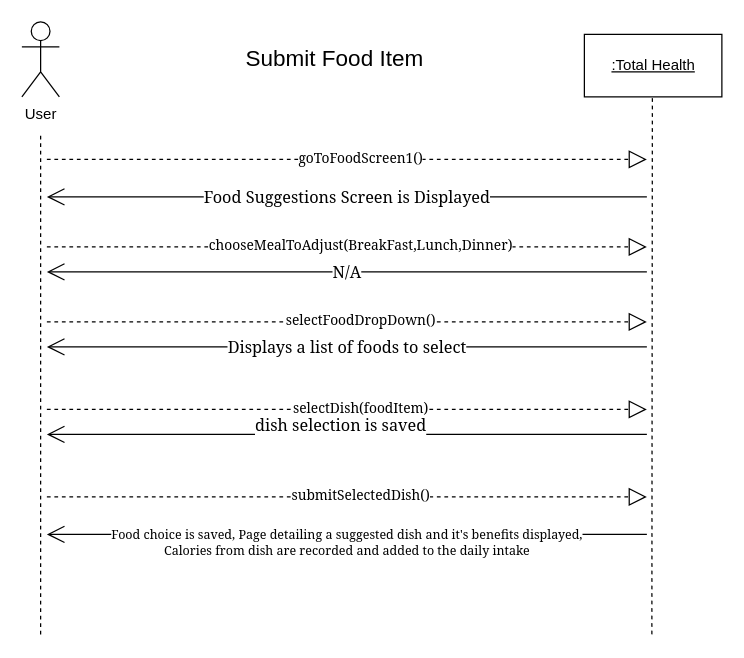
Above: SSD - Submit Food Item.drawio in Esaied19/Team-Albatross (draw.io), before the change. Source tidied: cells renumbered, new cells numbered last; positions are measured from the earlier drawing's top-left corner, leaving out a move shared by most shapes. Both pictures are drawn from the tidied source at 125%, with x=0, y=0 at pixel (21, 21).
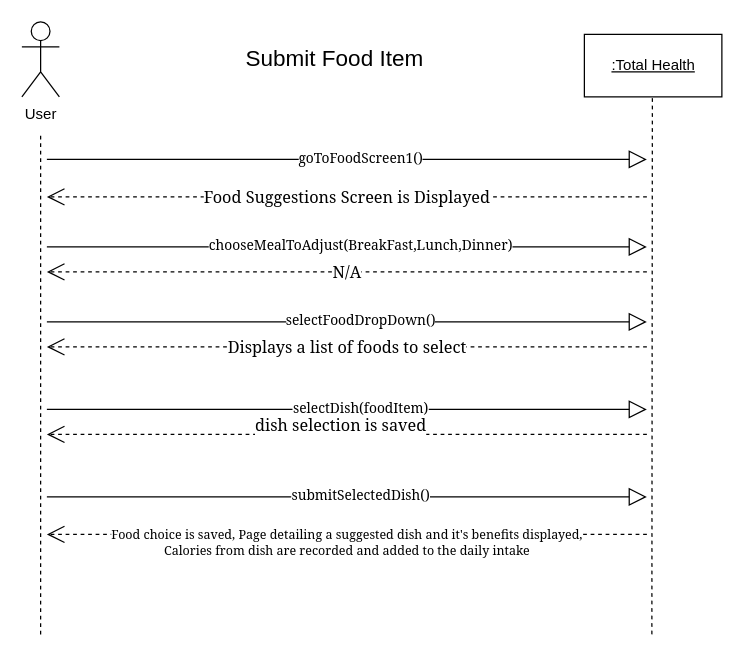
Above is the later version.

The edit, as a diff of the source:
```diff
@@
-    <mxCell id="6" value="&lt;font face=&quot;Georgia&quot;&gt;&lt;br&gt;&lt;span style=&quot;font-size: 13px ; color: rgb(0 , 0 , 0) ; font-weight: normal ; text-decoration: none ; font-style: normal&quot;&gt;Food Suggestions Screen is Displayed&lt;/span&gt;&lt;br&gt;&lt;br&gt;&lt;/font&gt;" style="endArrow=open;endFill=1;endSize=12;html=1;rounded=0;" parent="1" edge="1">
+    <mxCell id="6" value="&lt;font face=&quot;Georgia&quot;&gt;&lt;br&gt;&lt;span style=&quot;font-size: 13px ; color: rgb(0 , 0 , 0) ; font-weight: normal ; text-decoration: none ; font-style: normal&quot;&gt;Food Suggestions Screen is Displayed&lt;/span&gt;&lt;br&gt;&lt;br&gt;&lt;/font&gt;" style="endArrow=open;endFill=1;endSize=12;html=1;rounded=0;dashed=1;" parent="1" edge="1">
       <mxGeometry relative="1" as="geometry">
         <mxPoint x="500" y="140" as="sourcePoint" />
         <mxPoint x="20" y="140" as="targetPoint" />
       </mxGeometry>
     </mxCell>
-    <mxCell id="7" style="endArrow=block;dashed=1;endFill=0;endSize=12;html=1;rounded=0;" parent="1" edge="1">
+    <mxCell id="7" style="endArrow=block;endFill=0;endSize=12;html=1;rounded=0;" parent="1" edge="1">
       <mxGeometry relative="1" as="geometry">
         <mxPoint x="20" y="110" as="sourcePoint" />
         <mxPoint x="500" y="110" as="targetPoint" />
       </mxGeometry>
     </mxCell>
@@
-    <mxCell id="9" style="endArrow=block;dashed=1;endFill=0;endSize=12;html=1;rounded=0;" parent="1" edge="1">
+    <mxCell id="9" style="endArrow=block;endFill=0;endSize=12;html=1;rounded=0;" parent="1" edge="1">
       <mxGeometry relative="1" as="geometry">
         <mxPoint x="20" y="240" as="sourcePoint" />
         <mxPoint x="500" y="240" as="targetPoint" />
       </mxGeometry>
     </mxCell>
@@
-    <mxCell id="11" value="&lt;font face=&quot;Georgia&quot;&gt;&lt;span style=&quot;font-size: 13px ; color: rgb(0 , 0 , 0) ; font-weight: normal ; text-decoration: none ; font-style: normal&quot;&gt;Displays a list of foods to select&lt;/span&gt;&lt;/font&gt;" style="endArrow=open;endFill=1;endSize=12;html=1;rounded=0;" parent="1" edge="1">
+    <mxCell id="11" value="&lt;font face=&quot;Georgia&quot;&gt;&lt;span style=&quot;font-size: 13px ; color: rgb(0 , 0 , 0) ; font-weight: normal ; text-decoration: none ; font-style: normal&quot;&gt;Displays a list of foods to select&lt;/span&gt;&lt;/font&gt;" style="endArrow=open;endFill=1;endSize=12;html=1;rounded=0;dashed=1;" parent="1" edge="1">
       <mxGeometry relative="1" as="geometry">
         <mxPoint x="500" y="260" as="sourcePoint" />
         <mxPoint x="20" y="260" as="targetPoint" />
       </mxGeometry>
     </mxCell>
-    <mxCell id="12" value="&lt;font face=&quot;Georgia&quot;&gt;&lt;span style=&quot;font-size: 13px ; color: rgb(0 , 0 , 0) ; font-weight: normal ; text-decoration: none ; font-style: normal&quot;&gt;&lt;span style=&quot;font-size: 13px ; color: rgb(0 , 0 , 0) ; font-weight: normal ; text-decoration: none ; font-style: normal&quot;&gt;dish selection is save&lt;/span&gt;d&lt;/span&gt;&lt;br&gt;&lt;br&gt;&lt;/font&gt;" style="endArrow=open;endFill=1;endSize=12;html=1;rounded=0;" parent="1" edge="1">
+    <mxCell id="12" value="&lt;font face=&quot;Georgia&quot;&gt;&lt;span style=&quot;font-size: 13px ; color: rgb(0 , 0 , 0) ; font-weight: normal ; text-decoration: none ; font-style: normal&quot;&gt;&lt;span style=&quot;font-size: 13px ; color: rgb(0 , 0 , 0) ; font-weight: normal ; text-decoration: none ; font-style: normal&quot;&gt;dish selection is save&lt;/span&gt;d&lt;/span&gt;&lt;br&gt;&lt;br&gt;&lt;/font&gt;" style="endArrow=open;endFill=1;endSize=12;html=1;rounded=0;dashed=1;" parent="1" edge="1">
       <mxGeometry x="0.02" relative="1" as="geometry">
         <mxPoint x="500" y="330" as="sourcePoint" />
         <mxPoint x="20" y="330" as="targetPoint" />
       </mxGeometry>
     </mxCell>
-    <mxCell id="13" value="&lt;font style=&quot;font-size: 10px&quot; face=&quot;Georgia&quot;&gt;&lt;br&gt;&lt;/font&gt;&lt;div style=&quot;font-size: 10px&quot;&gt;&lt;font style=&quot;font-size: 10px&quot; face=&quot;Georgia&quot;&gt;&lt;span style=&quot;color: rgb(0 , 0 , 0) ; font-weight: normal ; text-decoration: none ; font-style: normal&quot;&gt;Food choice is saved, Page detailing a suggested dish and it's benefits displayed, &lt;br&gt;&lt;/span&gt;&lt;/font&gt;&lt;/div&gt;&lt;div style=&quot;font-size: 10px&quot;&gt;&lt;font style=&quot;font-size: 10px&quot; face=&quot;Georgia&quot;&gt;&lt;span style=&quot;color: rgb(0 , 0 , 0) ; font-weight: normal ; text-decoration: none ; font-style: normal&quot;&gt;Calories from dish are recorded and added to the daily intake&lt;/span&gt;&lt;/font&gt;&lt;/div&gt;" style="endArrow=open;endFill=1;endSize=12;html=1;rounded=0;" parent="1" edge="1">
+    <mxCell id="13" value="&lt;font style=&quot;font-size: 10px&quot; face=&quot;Georgia&quot;&gt;&lt;br&gt;&lt;/font&gt;&lt;div style=&quot;font-size: 10px&quot;&gt;&lt;font style=&quot;font-size: 10px&quot; face=&quot;Georgia&quot;&gt;&lt;span style=&quot;color: rgb(0 , 0 , 0) ; font-weight: normal ; text-decoration: none ; font-style: normal&quot;&gt;Food choice is saved, Page detailing a suggested dish and it's benefits displayed, &lt;br&gt;&lt;/span&gt;&lt;/font&gt;&lt;/div&gt;&lt;div style=&quot;font-size: 10px&quot;&gt;&lt;font style=&quot;font-size: 10px&quot; face=&quot;Georgia&quot;&gt;&lt;span style=&quot;color: rgb(0 , 0 , 0) ; font-weight: normal ; text-decoration: none ; font-style: normal&quot;&gt;Calories from dish are recorded and added to the daily intake&lt;/span&gt;&lt;/font&gt;&lt;/div&gt;" style="endArrow=open;endFill=1;endSize=12;html=1;rounded=0;dashed=1;" parent="1" edge="1">
       <mxGeometry relative="1" as="geometry">
         <mxPoint x="500" y="410" as="sourcePoint" />
         <mxPoint x="20" y="410" as="targetPoint" />
       </mxGeometry>
     </mxCell>
-    <mxCell id="14" style="endArrow=block;dashed=1;endFill=0;endSize=12;html=1;rounded=0;" parent="1" edge="1">
+    <mxCell id="14" style="endArrow=block;endFill=0;endSize=12;html=1;rounded=0;" parent="1" edge="1">
       <mxGeometry relative="1" as="geometry">
         <mxPoint x="20" y="380" as="sourcePoint" />
         <mxPoint x="500" y="380" as="targetPoint" />
       </mxGeometry>
     </mxCell>
@@
-    <mxCell id="16" style="endArrow=block;dashed=1;endFill=0;endSize=12;html=1;rounded=0;" parent="1" edge="1">
+    <mxCell id="16" style="endArrow=block;endFill=0;endSize=12;html=1;rounded=0;" parent="1" edge="1">
       <mxGeometry relative="1" as="geometry">
         <mxPoint x="20" y="310" as="sourcePoint" />
         <mxPoint x="500" y="310" as="targetPoint" />
       </mxGeometry>
     </mxCell>
@@
-    <mxCell id="18" style="endArrow=block;dashed=1;endFill=0;endSize=12;html=1;rounded=0;" parent="1" edge="1">
+    <mxCell id="18" style="endArrow=block;endFill=0;endSize=12;html=1;rounded=0;" parent="1" edge="1">
       <mxGeometry relative="1" as="geometry">
         <mxPoint x="20" y="180" as="sourcePoint" />
         <mxPoint x="500" y="180" as="targetPoint" />
       </mxGeometry>
     </mxCell>
@@
-    <mxCell id="20" value="&lt;font face=&quot;Georgia&quot;&gt;&lt;span style=&quot;font-size: 13px&quot;&gt;N/A&lt;/span&gt;&lt;/font&gt;" style="endArrow=open;endFill=1;endSize=12;html=1;rounded=0;" parent="1" edge="1">
+    <mxCell id="20" value="&lt;font face=&quot;Georgia&quot;&gt;&lt;span style=&quot;font-size: 13px&quot;&gt;N/A&lt;/span&gt;&lt;/font&gt;" style="endArrow=open;endFill=1;endSize=12;html=1;rounded=0;dashed=1;" parent="1" edge="1">
       <mxGeometry relative="1" as="geometry">
         <mxPoint x="500" y="200" as="sourcePoint" />
         <mxPoint x="20" y="200" as="targetPoint" />
       </mxGeometry>
     </mxCell>
```
